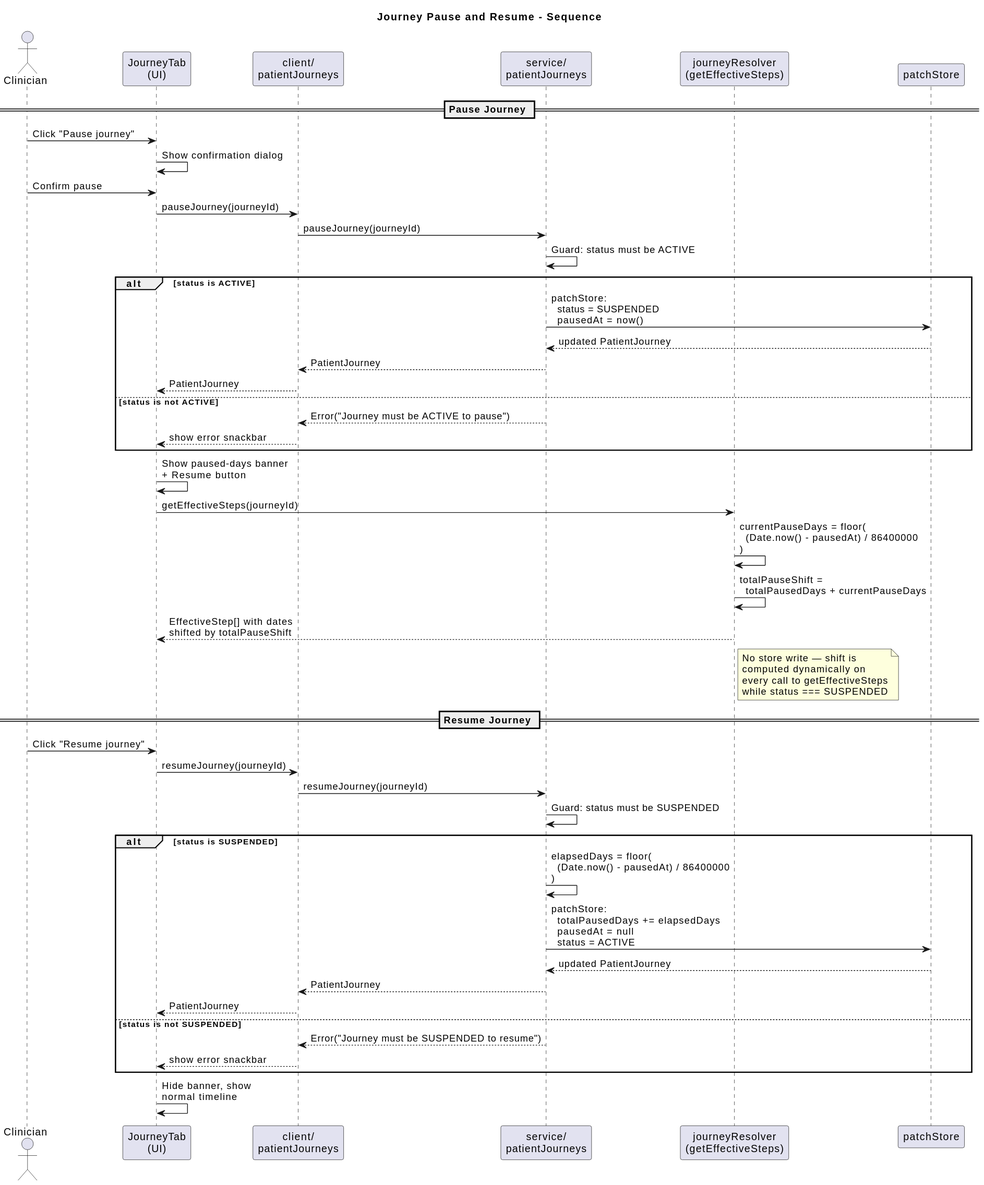
Above: docs/diagrams/pause-resume-sequence.svg in gforge/DUK (PlantUML), before the change.
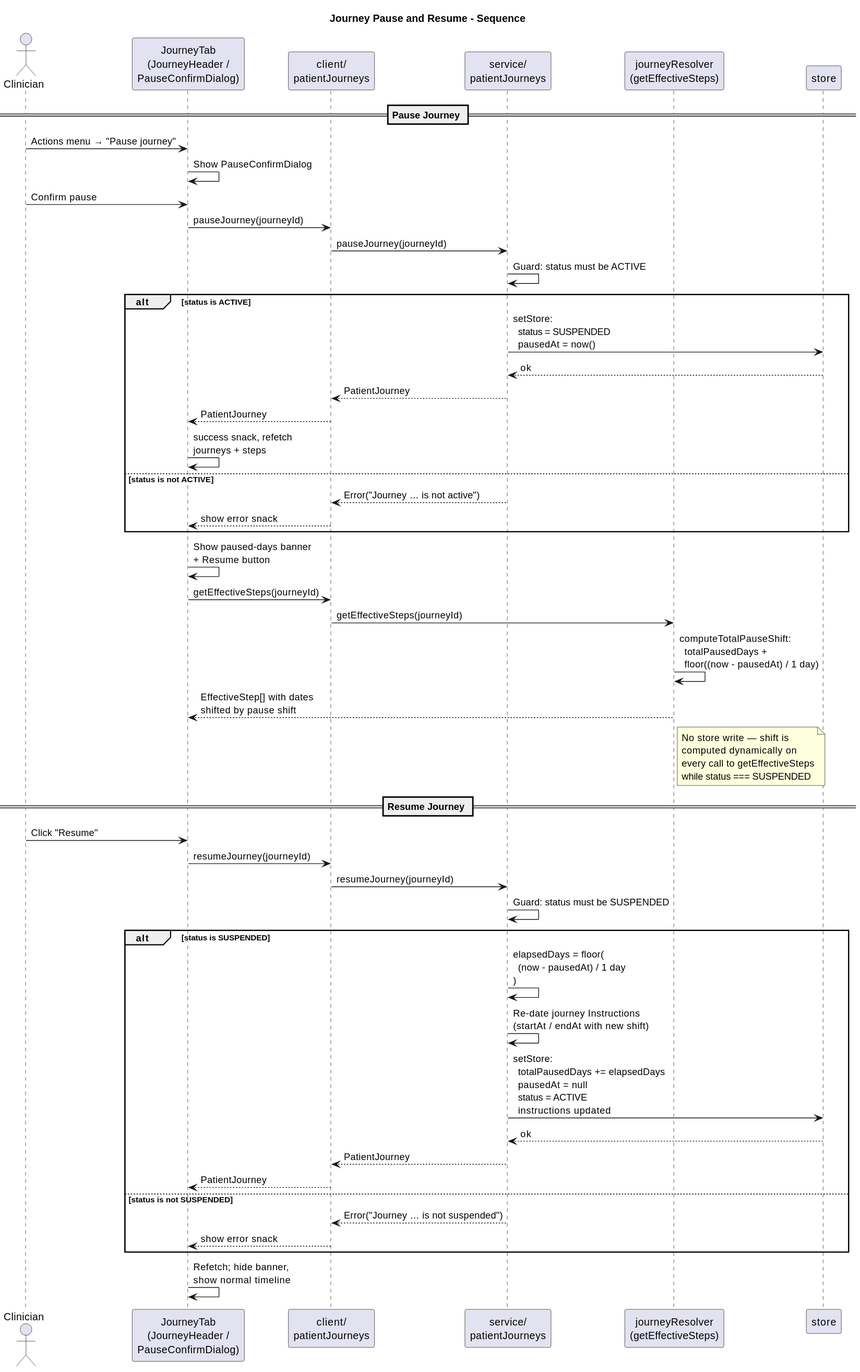
After the change.

Diff of the diagram source:
```diff
@@ -3,34 +3,35 @@
 title Journey Pause and Resume - Sequence
 
 actor Clinician
-participant "JourneyTab\n(UI)" as UI
+participant "JourneyTab\n(JourneyHeader /\nPauseConfirmDialog)" as UI
 participant "client/\npatientJourneys" as Client
 participant "service/\npatientJourneys" as Service
 participant "journeyResolver\n(getEffectiveSteps)" as Resolver
-participant "patchStore" as Store
+participant "store" as Store
 
 == Pause Journey ==
 
-Clinician -> UI : Click "Pause journey"
-UI -> UI : Show confirmation dialog
+Clinician -> UI : Actions menu → "Pause journey"
+UI -> UI : Show PauseConfirmDialog
 Clinician -> UI : Confirm pause
 UI -> Client : pauseJourney(journeyId)
 Client -> Service : pauseJourney(journeyId)
 Service -> Service : Guard: status must be ACTIVE
 alt status is ACTIVE
-  Service -> Store : patchStore:\n  status = SUSPENDED\n  pausedAt = now()
-  Store --> Service : updated PatientJourney
+  Service -> Store : setStore:\n  status = SUSPENDED\n  pausedAt = now()
+  Store --> Service : ok
   Service --> Client : PatientJourney
   Client --> UI : PatientJourney
+  UI -> UI : success snack, refetch\njourneys + steps
 else status is not ACTIVE
-  Service --> Client : Error("Journey must be ACTIVE to pause")
-  Client --> UI : show error snackbar
+  Service --> Client : Error("Journey … is not active")
+  Client --> UI : show error snack
 end
 UI -> UI : Show paused-days banner\n+ Resume button
-UI -> Resolver : getEffectiveSteps(journeyId)
-Resolver -> Resolver : currentPauseDays = floor(\n  (Date.now() - pausedAt) / 86400000\n)
-Resolver -> Resolver : totalPauseShift =\n  totalPausedDays + currentPauseDays
-Resolver --> UI : EffectiveStep[] with dates\nshifted by totalPauseShift
+UI -> Client : getEffectiveSteps(journeyId)
+Client -> Resolver : getEffectiveSteps(journeyId)
+Resolver -> Resolver : computeTotalPauseShift:\n  totalPausedDays +\n  floor((now - pausedAt) / 1 day)
+Resolver --> UI : EffectiveStep[] with dates\nshifted by pause shift
 
 note right of Resolver
   No store write — shift is
@@ -41,19 +42,20 @@
 
 == Resume Journey ==
 
-Clinician -> UI : Click "Resume journey"
+Clinician -> UI : Click "Resume"
 UI -> Client : resumeJourney(journeyId)
 Client -> Service : resumeJourney(journeyId)
 Service -> Service : Guard: status must be SUSPENDED
 alt status is SUSPENDED
-  Service -> Service : elapsedDays = floor(\n  (Date.now() - pausedAt) / 86400000\n)
-  Service -> Store : patchStore:\n  totalPausedDays += elapsedDays\n  pausedAt = null\n  status = ACTIVE
-  Store --> Service : updated PatientJourney
+  Service -> Service : elapsedDays = floor(\n  (now - pausedAt) / 1 day\n)
+  Service -> Service : Re-date journey Instructions\n(startAt / endAt with new shift)
+  Service -> Store : setStore:\n  totalPausedDays += elapsedDays\n  pausedAt = null\n  status = ACTIVE\n  instructions updated
+  Store --> Service : ok
   Service --> Client : PatientJourney
   Client --> UI : PatientJourney
 else status is not SUSPENDED
-  Service --> Client : Error("Journey must be SUSPENDED to resume")
-  Client --> UI : show error snackbar
+  Service --> Client : Error("Journey … is not suspended")
+  Client --> UI : show error snack
 end
-UI -> UI : Hide banner, show\nnormal timeline
+UI -> UI : Refetch; hide banner,\nshow normal timeline
 @enduml
```
